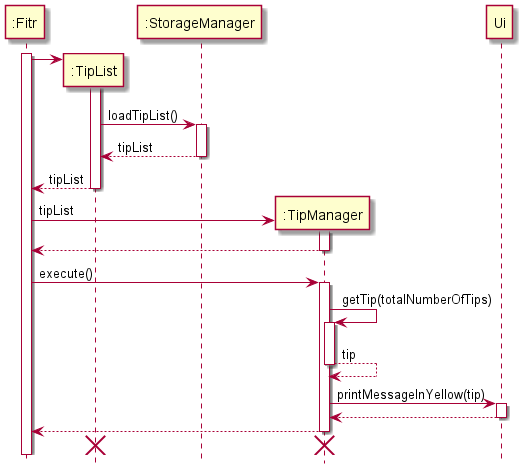
Before: docs/images/TipCommandSequenceDiagram.png, a diagram exported from PlantUML (nus-cs2113-AY2021S1/tp).
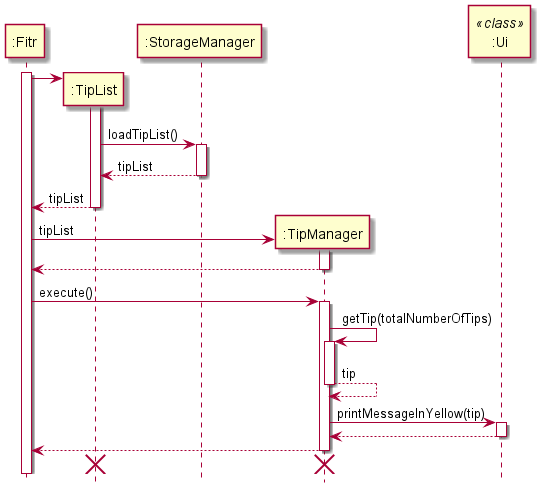
After the commit.

Change to the diagram source:
```diff
@@ -3,6 +3,7 @@
 participant ":TipList" as TipList
 participant ":StorageManager" as StorageManager
 participant ":TipManager" as TipManager
+participant ":Ui" as Ui <<class>>
 activate Fitr
 create TipList
 Fitr -> TipList++
```
